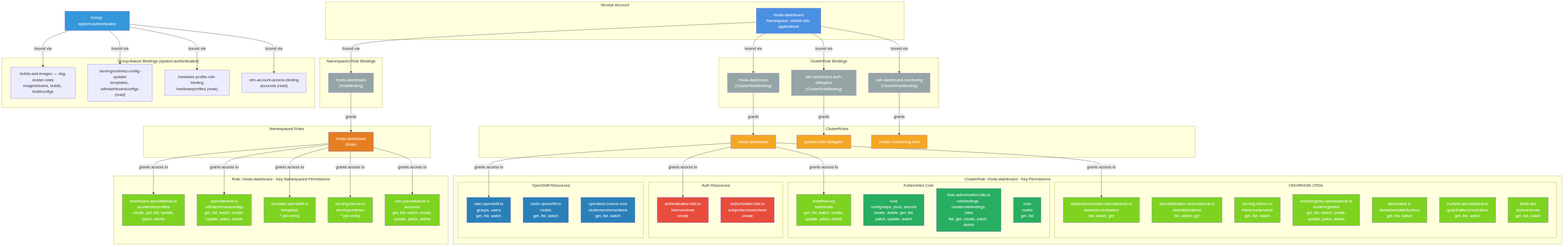
rhuss/architecture-context keeps this Mermaid diagram as architecture/rhoai-3.4-ea.2/diagrams/odh-dashboard-rbac.png. Above is the earlier version. Its source is kept beside it as architecture/rhoai-3.4-ea.2/diagrams/odh-dashboard-rbac.mmd. Source of this version:
```mermaid

graph TD
    subgraph "Service Account"
        SA["rhods-dashboard<br/>Namespace: redhat-ods-applications"]
    end

    subgraph "ClusterRole Bindings"
        CRB1["rhods-dashboard<br/>(ClusterRoleBinding)"]
        CRB2["odh-dashboard-auth-delegator<br/>(ClusterRoleBinding)"]
        CRB3["odh-dashboard-monitoring<br/>(ClusterRoleBinding)"]
    end

    subgraph "ClusterRoles"
        CR1["rhods-dashboard"]
        CR2["system:auth-delegator"]
        CR3["cluster-monitoring-view"]
    end

    subgraph "Namespaced Role Bindings"
        NRB1["rhods-dashboard<br/>(RoleBinding)"]
    end

    subgraph "Namespaced Roles"
        NR1["rhods-dashboard<br/>(Role)"]
    end

    SA -->|"bound via"| CRB1
    SA -->|"bound via"| CRB2
    SA -->|"bound via"| CRB3

    CRB1 -->|"grants"| CR1
    CRB2 -->|"grants"| CR2
    CRB3 -->|"grants"| CR3

    SA -->|"bound via"| NRB1
    NRB1 -->|"grants"| NR1

    subgraph "ClusterRole: rhods-dashboard - Key Permissions"
        direction LR

        subgraph "ODH/RHOAI CRDs"
            DSC["datasciencecluster.opendatahub.io<br/>datascienceclusters<br/>list, watch, get"]
            DSCI["dscinitialization.opendatahub.io<br/>dscinitializations<br/>list, watch, get"]
            InfSvc["serving.kserve.io<br/>inferenceservices<br/>get, list, watch"]
            ModelReg["modelregistry.opendatahub.io<br/>modelregistries<br/>get, list, watch, create,<br/>update, patch, delete"]
            Llama["llamastack.io<br/>llamastackdistributions<br/>get, list, watch"]
            Guardrails["trustyai.opendatahub.io<br/>guardrailsorchestrators<br/>get, list, watch"]
            FeastCRD["feast.dev<br/>featurestores<br/>get, list, watch"]
        end

        subgraph "Kubernetes Core"
            Notebooks["kubeflow.org<br/>notebooks<br/>get, list, watch, create,<br/>update, patch, delete"]
            Secrets["core<br/>configmaps, pvcs, secrets<br/>create, delete, get, list,<br/>patch, update, watch"]
            RBAC_Res["rbac.authorization.k8s.io<br/>rolebindings, clusterrolebindings,<br/>roles<br/>list, get, create, patch, delete"]
            Nodes["core<br/>nodes<br/>get, list"]
        end

        subgraph "Auth Resources"
            TokenReview["authentication.k8s.io<br/>tokenreviews<br/>create"]
            SAR["authorization.k8s.io<br/>subjectaccessreviews<br/>create"]
        end

        subgraph "OpenShift Resources"
            Users["user.openshift.io<br/>groups, users<br/>get, list, watch"]
            Routes["route.openshift.io<br/>routes<br/>get, list, watch"]
            CSV["operators.coreos.com<br/>clusterserviceversions<br/>get, list, watch"]
        end
    end

    CR1 -->|"grants access to"| DSC
    CR1 -->|"grants access to"| Notebooks
    CR1 -->|"grants access to"| TokenReview
    CR1 -->|"grants access to"| Users

    subgraph "Role: rhods-dashboard - Key Namespaced Permissions"
        AccProf["dashboard.opendatahub.io<br/>acceleratorprofiles<br/>create, get, list, update,<br/>patch, delete"]
        OdhConfig["opendatahub.io<br/>odhdashboardconfigs<br/>get, list, watch, create,<br/>update, patch, delete"]
        Templates["template.openshift.io<br/>templates<br/>* (all verbs)"]
        ServingRT["serving.kserve.io<br/>servingruntimes<br/>* (all verbs)"]
        NIMAcct["nim.opendatahub.io<br/>accounts<br/>get, list, watch, create,<br/>update, patch, delete"]
    end

    NR1 -->|"grants access to"| AccProf
    NR1 -->|"grants access to"| OdhConfig
    NR1 -->|"grants access to"| Templates
    NR1 -->|"grants access to"| ServingRT
    NR1 -->|"grants access to"| NIMAcct

    subgraph "Group-Based Bindings (system:authenticated)"
        GB1["builds-and-images → dsg-cluster-roles<br/>imagestreams, builds, buildconfigs"]
        GB2["servingruntimes-config-updater<br/>templates, odhdashboardconfigs (read)"]
        GB3["hardware-profile-role-binding<br/>hardwareprofiles (read)"]
        GB4["nim-account-access-binding<br/>accounts (read)"]
    end

    AuthGroup["Group: system:authenticated"] -->|"bound via"| GB1
    AuthGroup -->|"bound via"| GB2
    AuthGroup -->|"bound via"| GB3
    AuthGroup -->|"bound via"| GB4

    style SA fill:#4a90e2,color:#fff
    style CR1 fill:#f5a623,color:#fff
    style CR2 fill:#f5a623,color:#fff
    style CR3 fill:#f5a623,color:#fff
    style NR1 fill:#e67e22,color:#fff
    style CRB1 fill:#95a5a6,color:#fff
    style CRB2 fill:#95a5a6,color:#fff
    style CRB3 fill:#95a5a6,color:#fff
    style NRB1 fill:#95a5a6,color:#fff
    style AuthGroup fill:#3498db,color:#fff

    style DSC fill:#7ed321,color:#fff
    style DSCI fill:#7ed321,color:#fff
    style InfSvc fill:#7ed321,color:#fff
    style ModelReg fill:#7ed321,color:#fff
    style Llama fill:#7ed321,color:#fff
    style Guardrails fill:#7ed321,color:#fff
    style FeastCRD fill:#7ed321,color:#fff
    style Notebooks fill:#7ed321,color:#fff
    style Secrets fill:#27ae60,color:#fff
    style RBAC_Res fill:#27ae60,color:#fff
    style Nodes fill:#27ae60,color:#fff
    style TokenReview fill:#e74c3c,color:#fff
    style SAR fill:#e74c3c,color:#fff
    style Users fill:#2980b9,color:#fff
    style Routes fill:#2980b9,color:#fff
    style CSV fill:#2980b9,color:#fff

    style AccProf fill:#7ed321,color:#fff
    style OdhConfig fill:#7ed321,color:#fff
    style Templates fill:#7ed321,color:#fff
    style ServingRT fill:#7ed321,color:#fff
    style NIMAcct fill:#7ed321,color:#fff
```
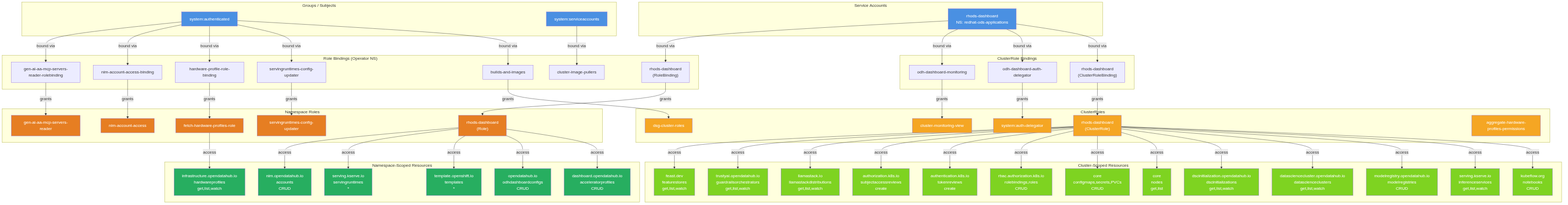
The same diagram one commit later.

What changed in the source:
```diff
@@ -1,133 +1,144 @@
 
 graph TD
-    subgraph "Service Account"
-        SA["rhods-dashboard<br/>Namespace: redhat-ods-applications"]
+    subgraph ServiceAccounts["Service Accounts"]
+        SA["rhods-dashboard<br/>NS: redhat-ods-applications"]
     end
 
-    subgraph "ClusterRole Bindings"
-        CRB1["rhods-dashboard<br/>(ClusterRoleBinding)"]
-        CRB2["odh-dashboard-auth-delegator<br/>(ClusterRoleBinding)"]
-        CRB3["odh-dashboard-monitoring<br/>(ClusterRoleBinding)"]
+    subgraph Groups["Groups / Subjects"]
+        AuthGroup["system:authenticated"]
+        SvcAccounts["system:serviceaccounts"]
     end
 
-    subgraph "ClusterRoles"
-        CR1["rhods-dashboard"]
+    subgraph ClusterRoleBindings["ClusterRole Bindings"]
+        CRB1["rhods-dashboard<br/>(ClusterRoleBinding)"]
+        CRB2["odh-dashboard-auth-delegator"]
+        CRB3["odh-dashboard-monitoring"]
+    end
+
+    subgraph RoleBindings["Role Bindings (Operator NS)"]
+        RB1["rhods-dashboard<br/>(RoleBinding)"]
+        RB2["builds-and-images"]
+        RB3["servingruntimes-config-updater"]
+        RB4["hardware-profile-role-binding"]
+        RB5["nim-account-access-binding"]
+        RB6["gen-ai-aa-mcp-servers-reader-rolebinding"]
+        RB7["cluster-image-pullers"]
+    end
+
+    subgraph ClusterRoles["ClusterRoles"]
+        CR1["rhods-dashboard<br/>(ClusterRole)"]
         CR2["system:auth-delegator"]
         CR3["cluster-monitoring-view"]
+        CR4["dsg-cluster-roles"]
+        CR5["aggregate-hardware-profiles-permissions"]
     end
 
-    subgraph "Namespaced Role Bindings"
-        NRB1["rhods-dashboard<br/>(RoleBinding)"]
+    subgraph NamespaceRoles["Namespace Roles"]
+        NR1["rhods-dashboard<br/>(Role)"]
+        NR2["servingruntimes-config-updater"]
+        NR3["fetch-hardware-profiles-role"]
+        NR4["nim-account-access"]
+        NR5["gen-ai-aa-mcp-servers-reader"]
     end
 
-    subgraph "Namespaced Roles"
-        NR1["rhods-dashboard<br/>(Role)"]
+    subgraph ClusterResources["Cluster-Scoped Resources"]
+        Notebooks_R["kubeflow.org<br/>notebooks<br/>CRUD"]
+        InferSvc["serving.kserve.io<br/>inferenceservices<br/>get,list,watch"]
+        ModelReg["modelregistry.opendatahub.io<br/>modelregistries<br/>CRUD"]
+        DSC_R["datasciencecluster.opendatahub.io<br/>datascienceclusters<br/>get,list,watch"]
+        DSCI_R["dscinitialization.opendatahub.io<br/>dscinitializations<br/>get,list,watch"]
+        Nodes["core<br/>nodes<br/>get,list"]
+        ConfigMaps["core<br/>configmaps,secrets,PVCs<br/>CRUD"]
+        RBAC_R["rbac.authorization.k8s.io<br/>rolebindings,roles<br/>CRUD"]
+        TokenReview["authentication.k8s.io<br/>tokenreviews<br/>create"]
+        SAR["authorization.k8s.io<br/>subjectaccessreviews<br/>create"]
+        LlamaStack["llamastack.io<br/>llamastackdistributions<br/>get,list,watch"]
+        Guardrails["trustyai.opendatahub.io<br/>guardrailsorchestrators<br/>get,list,watch"]
+        Feast["feast.dev<br/>featurestores<br/>get,list,watch"]
     end
 
-    SA -->|"bound via"| CRB1
-    SA -->|"bound via"| CRB2
-    SA -->|"bound via"| CRB3
-
-    CRB1 -->|"grants"| CR1
-    CRB2 -->|"grants"| CR2
-    CRB3 -->|"grants"| CR3
-
-    SA -->|"bound via"| NRB1
-    NRB1 -->|"grants"| NR1
-
-    subgraph "ClusterRole: rhods-dashboard - Key Permissions"
-        direction LR
-
-        subgraph "ODH/RHOAI CRDs"
-            DSC["datasciencecluster.opendatahub.io<br/>datascienceclusters<br/>list, watch, get"]
-            DSCI["dscinitialization.opendatahub.io<br/>dscinitializations<br/>list, watch, get"]
-            InfSvc["serving.kserve.io<br/>inferenceservices<br/>get, list, watch"]
-            ModelReg["modelregistry.opendatahub.io<br/>modelregistries<br/>get, list, watch, create,<br/>update, patch, delete"]
-            Llama["llamastack.io<br/>llamastackdistributions<br/>get, list, watch"]
-            Guardrails["trustyai.opendatahub.io<br/>guardrailsorchestrators<br/>get, list, watch"]
-            FeastCRD["feast.dev<br/>featurestores<br/>get, list, watch"]
-        end
-
-        subgraph "Kubernetes Core"
-            Notebooks["kubeflow.org<br/>notebooks<br/>get, list, watch, create,<br/>update, patch, delete"]
-            Secrets["core<br/>configmaps, pvcs, secrets<br/>create, delete, get, list,<br/>patch, update, watch"]
-            RBAC_Res["rbac.authorization.k8s.io<br/>rolebindings, clusterrolebindings,<br/>roles<br/>list, get, create, patch, delete"]
-            Nodes["core<br/>nodes<br/>get, list"]
-        end
-
-        subgraph "Auth Resources"
-            TokenReview["authentication.k8s.io<br/>tokenreviews<br/>create"]
-            SAR["authorization.k8s.io<br/>subjectaccessreviews<br/>create"]
-        end
-
-        subgraph "OpenShift Resources"
-            Users["user.openshift.io<br/>groups, users<br/>get, list, watch"]
-            Routes["route.openshift.io<br/>routes<br/>get, list, watch"]
-            CSV["operators.coreos.com<br/>clusterserviceversions<br/>get, list, watch"]
-        end
+    subgraph NamespaceResources["Namespace-Scoped Resources"]
+        AccelProfiles["dashboard.opendatahub.io<br/>acceleratorprofiles<br/>CRUD"]
+        OdhConfigs["opendatahub.io<br/>odhdashboardconfigs<br/>CRUD"]
+        Templates["template.openshift.io<br/>templates<br/>*"]
+        ServingRT["serving.kserve.io<br/>servingruntimes<br/>*"]
+        NIMAccounts["nim.opendatahub.io<br/>accounts<br/>CRUD"]
+        HWProfiles["infrastructure.opendatahub.io<br/>hardwareprofiles<br/>get,list,watch"]
     end
 
-    CR1 -->|"grants access to"| DSC
-    CR1 -->|"grants access to"| Notebooks
-    CR1 -->|"grants access to"| TokenReview
-    CR1 -->|"grants access to"| Users
+    SA -->|bound via| CRB1
+    SA -->|bound via| CRB2
+    SA -->|bound via| CRB3
+    SA -->|bound via| RB1
 
-    subgraph "Role: rhods-dashboard - Key Namespaced Permissions"
-        AccProf["dashboard.opendatahub.io<br/>acceleratorprofiles<br/>create, get, list, update,<br/>patch, delete"]
-        OdhConfig["opendatahub.io<br/>odhdashboardconfigs<br/>get, list, watch, create,<br/>update, patch, delete"]
-        Templates["template.openshift.io<br/>templates<br/>* (all verbs)"]
-        ServingRT["serving.kserve.io<br/>servingruntimes<br/>* (all verbs)"]
-        NIMAcct["nim.opendatahub.io<br/>accounts<br/>get, list, watch, create,<br/>update, patch, delete"]
-    end
+    AuthGroup -->|bound via| RB2
+    AuthGroup -->|bound via| RB3
+    AuthGroup -->|bound via| RB4
+    AuthGroup -->|bound via| RB5
+    AuthGroup -->|bound via| RB6
+    SvcAccounts -->|bound via| RB7
 
-    NR1 -->|"grants access to"| AccProf
-    NR1 -->|"grants access to"| OdhConfig
-    NR1 -->|"grants access to"| Templates
-    NR1 -->|"grants access to"| ServingRT
-    NR1 -->|"grants access to"| NIMAcct
+    CRB1 -->|grants| CR1
+    CRB2 -->|grants| CR2
+    CRB3 -->|grants| CR3
 
-    subgraph "Group-Based Bindings (system:authenticated)"
-        GB1["builds-and-images → dsg-cluster-roles<br/>imagestreams, builds, buildconfigs"]
-        GB2["servingruntimes-config-updater<br/>templates, odhdashboardconfigs (read)"]
-        GB3["hardware-profile-role-binding<br/>hardwareprofiles (read)"]
-        GB4["nim-account-access-binding<br/>accounts (read)"]
-    end
+    RB1 -->|grants| NR1
+    RB2 -->|grants| CR4
+    RB3 -->|grants| NR2
+    RB4 -->|grants| NR3
+    RB5 -->|grants| NR4
+    RB6 -->|grants| NR5
 
-    AuthGroup["Group: system:authenticated"] -->|"bound via"| GB1
-    AuthGroup -->|"bound via"| GB2
-    AuthGroup -->|"bound via"| GB3
-    AuthGroup -->|"bound via"| GB4
+    CR1 -->|access| Notebooks_R
+    CR1 -->|access| InferSvc
+    CR1 -->|access| ModelReg
+    CR1 -->|access| DSC_R
+    CR1 -->|access| DSCI_R
+    CR1 -->|access| Nodes
+    CR1 -->|access| ConfigMaps
+    CR1 -->|access| RBAC_R
+    CR1 -->|access| TokenReview
+    CR1 -->|access| SAR
+    CR1 -->|access| LlamaStack
+    CR1 -->|access| Guardrails
+    CR1 -->|access| Feast
+
+    NR1 -->|access| AccelProfiles
+    NR1 -->|access| OdhConfigs
+    NR1 -->|access| Templates
+    NR1 -->|access| ServingRT
+    NR1 -->|access| NIMAccounts
+    NR3 -->|access| HWProfiles
 
     style SA fill:#4a90e2,color:#fff
+    style AuthGroup fill:#4a90e2,color:#fff
+    style SvcAccounts fill:#4a90e2,color:#fff
     style CR1 fill:#f5a623,color:#fff
     style CR2 fill:#f5a623,color:#fff
     style CR3 fill:#f5a623,color:#fff
+    style CR4 fill:#f5a623,color:#fff
+    style CR5 fill:#f5a623,color:#fff
     style NR1 fill:#e67e22,color:#fff
-    style CRB1 fill:#95a5a6,color:#fff
-    style CRB2 fill:#95a5a6,color:#fff
-    style CRB3 fill:#95a5a6,color:#fff
-    style NRB1 fill:#95a5a6,color:#fff
-    style AuthGroup fill:#3498db,color:#fff
-
-    style DSC fill:#7ed321,color:#fff
-    style DSCI fill:#7ed321,color:#fff
-    style InfSvc fill:#7ed321,color:#fff
+    style NR2 fill:#e67e22,color:#fff
+    style NR3 fill:#e67e22,color:#fff
+    style NR4 fill:#e67e22,color:#fff
+    style NR5 fill:#e67e22,color:#fff
+    style Notebooks_R fill:#7ed321,color:#fff
+    style InferSvc fill:#7ed321,color:#fff
     style ModelReg fill:#7ed321,color:#fff
-    style Llama fill:#7ed321,color:#fff
+    style DSC_R fill:#7ed321,color:#fff
+    style DSCI_R fill:#7ed321,color:#fff
+    style Nodes fill:#7ed321,color:#fff
+    style ConfigMaps fill:#7ed321,color:#fff
+    style RBAC_R fill:#7ed321,color:#fff
+    style TokenReview fill:#7ed321,color:#fff
+    style SAR fill:#7ed321,color:#fff
+    style LlamaStack fill:#7ed321,color:#fff
     style Guardrails fill:#7ed321,color:#fff
-    style FeastCRD fill:#7ed321,color:#fff
-    style Notebooks fill:#7ed321,color:#fff
-    style Secrets fill:#27ae60,color:#fff
-    style RBAC_Res fill:#27ae60,color:#fff
-    style Nodes fill:#27ae60,color:#fff
-    style TokenReview fill:#e74c3c,color:#fff
-    style SAR fill:#e74c3c,color:#fff
-    style Users fill:#2980b9,color:#fff
-    style Routes fill:#2980b9,color:#fff
-    style CSV fill:#2980b9,color:#fff
-
-    style AccProf fill:#7ed321,color:#fff
-    style OdhConfig fill:#7ed321,color:#fff
-    style Templates fill:#7ed321,color:#fff
-    style ServingRT fill:#7ed321,color:#fff
-    style NIMAcct fill:#7ed321,color:#fff
+    style Feast fill:#7ed321,color:#fff
+    style AccelProfiles fill:#27ae60,color:#fff
+    style OdhConfigs fill:#27ae60,color:#fff
+    style Templates fill:#27ae60,color:#fff
+    style ServingRT fill:#27ae60,color:#fff
+    style NIMAccounts fill:#27ae60,color:#fff
+    style HWProfiles fill:#27ae60,color:#fff
```
